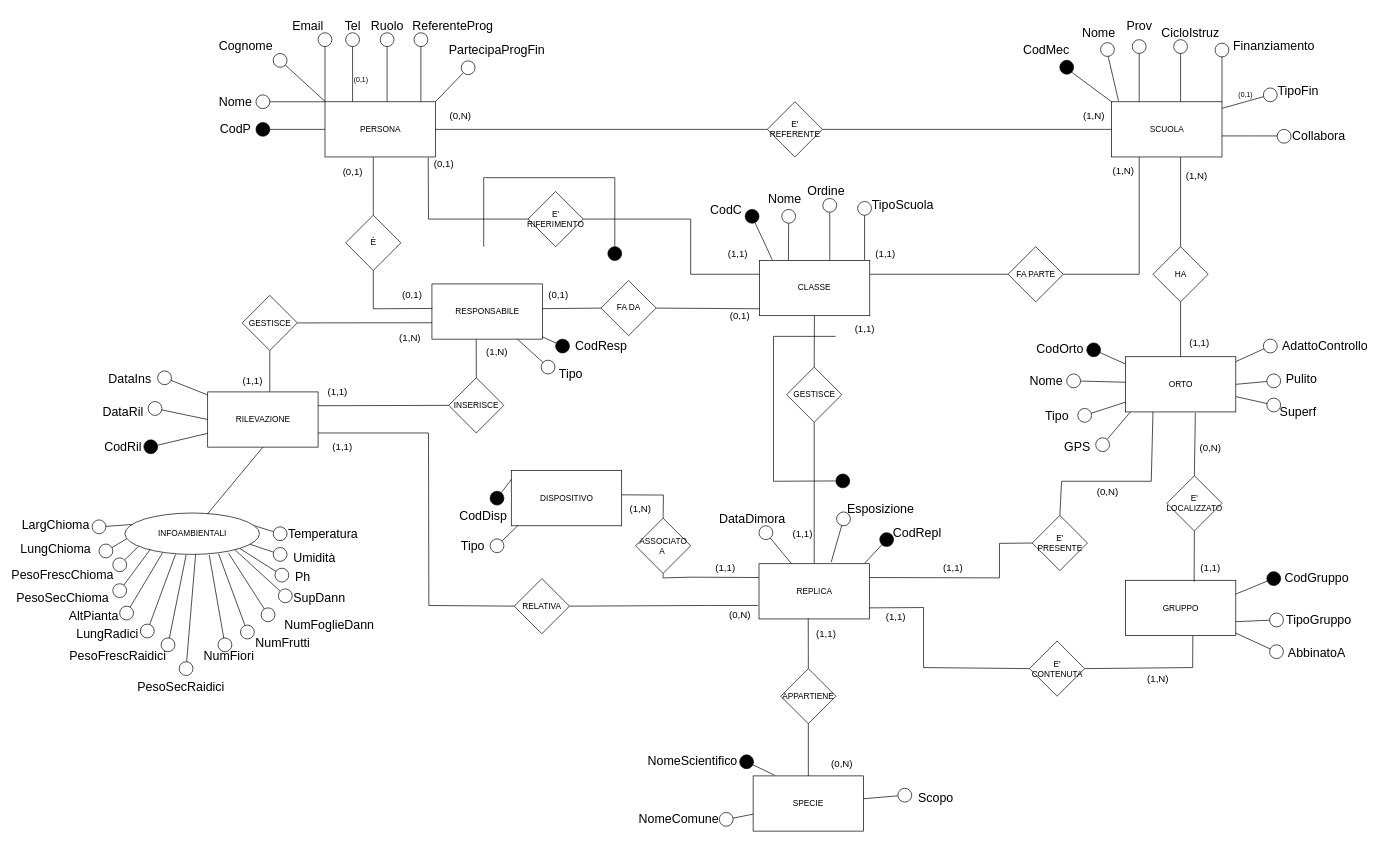
Before: BD_ER_2023.drawio in pizzo-kyle/unige, a draw.io diagram. Source tidied: cells renumbered, new cells numbered last; positions are measured from the earlier drawing's top-left corner, leaving out a move shared by most shapes. Both pictures are drawn from the tidied source at 69%, with x=0, y=0 at pixel (40, 12).
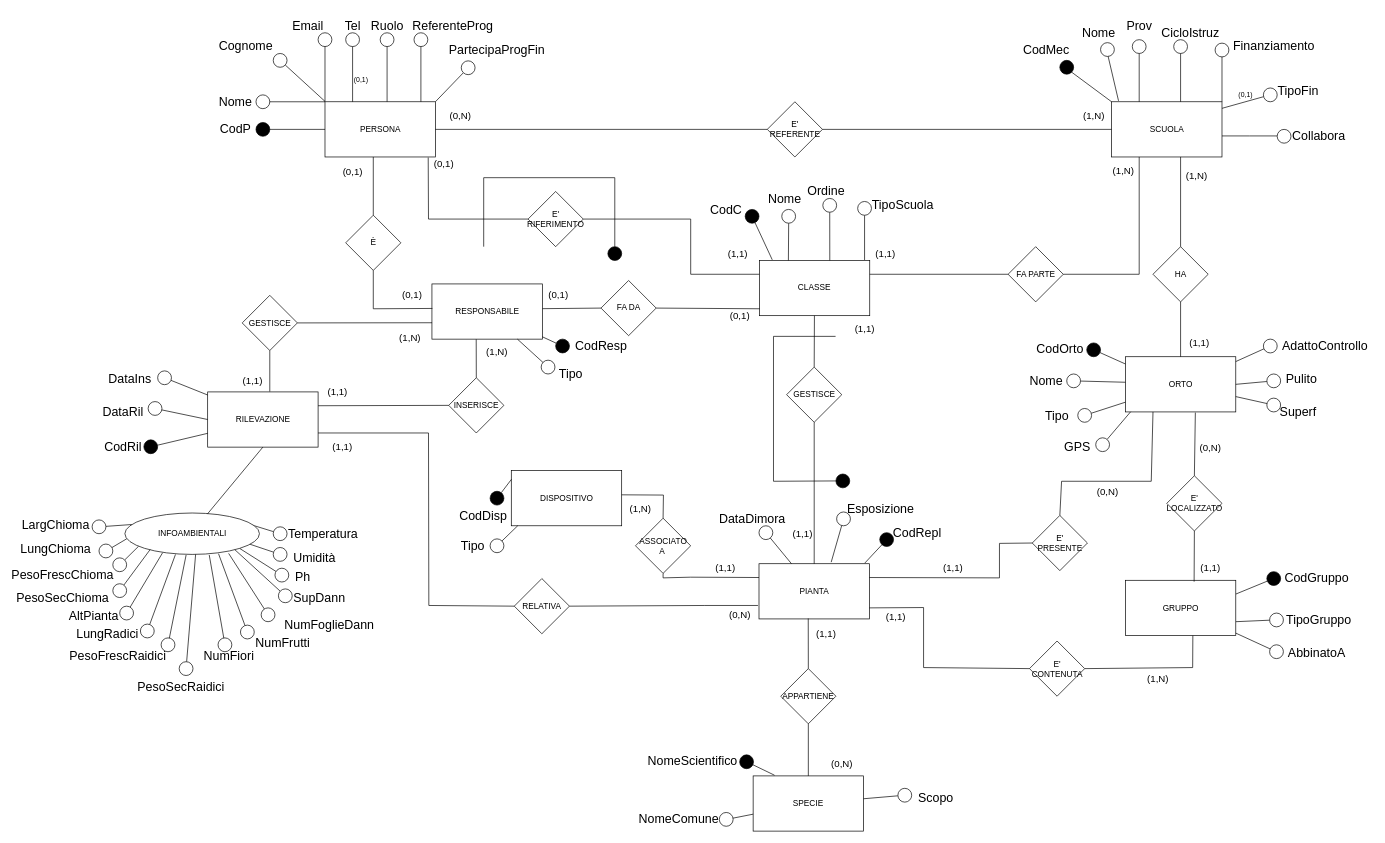
After the change.

Change to the diagram source:
```diff
@@
-    <mxCell id="9" value="REPLICA" style="rounded=0;whiteSpace=wrap;html=1;" parent="1" vertex="1">
+    <mxCell id="9" value="PIANTA" style="rounded=0;whiteSpace=wrap;html=1;" parent="1" vertex="1">
       <mxGeometry x="1041.5" y="799.5" width="160" height="80" as="geometry" />
     </mxCell>
```
